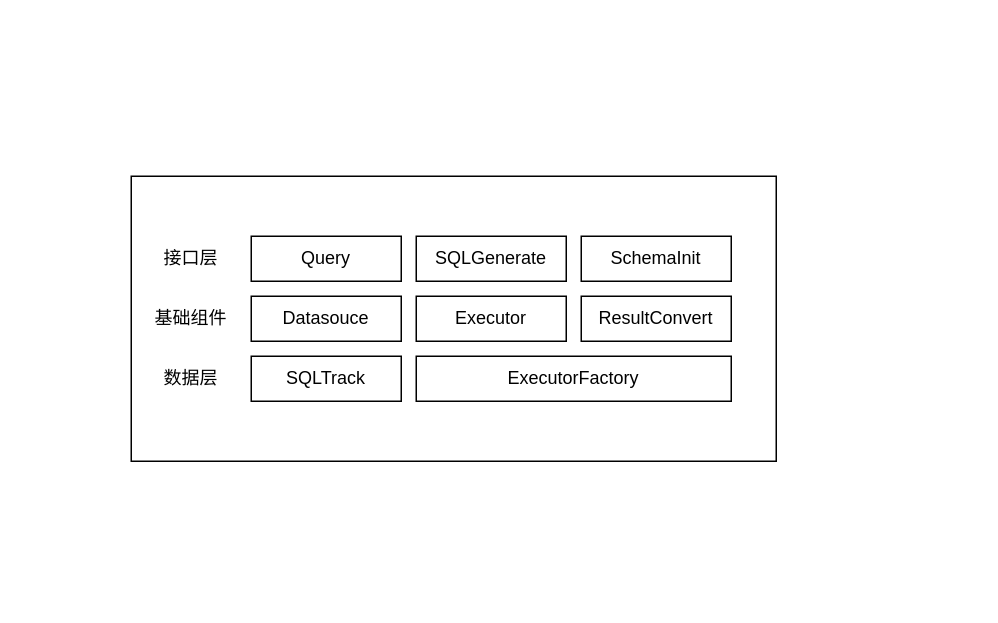
Earlier version of the draw.io diagram graduate info.drawio (lukelongcn/drawio). Source tidied: cells renumbered, new cells numbered last; positions are measured from the earlier drawing's top-left corner, leaving out a move shared by most shapes. Both pictures are drawn from the tidied source at 150%, with x=0, y=0 at pixel (130, 176).
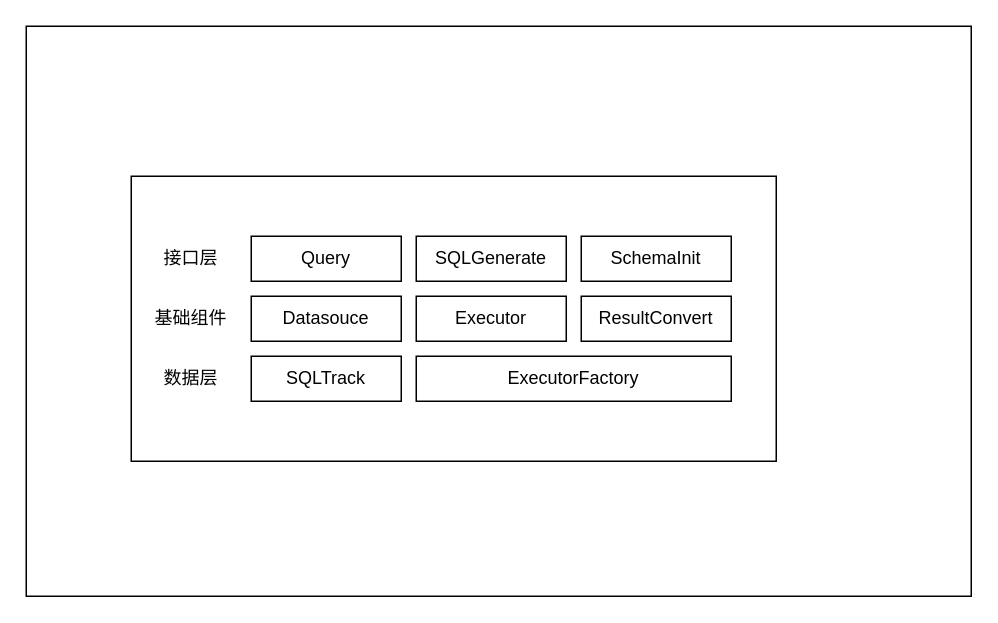
The same page after the edit.

The edit, as a diff of the source:
```diff
@@
 <mxGraphModel>
   <root>
     <mxCell id="0" />
     <mxCell id="1" parent="0" />
+    <mxCell id="14" style="rounded=0;whiteSpace=wrap;html=1;" parent="1" vertex="1">
+      <mxGeometry x="-70" y="-100" width="630" height="380" as="geometry" />
+    </mxCell>
     <mxCell id="2" style="rounded=0;whiteSpace=wrap;html=1;" parent="1" vertex="1">
       <mxGeometry width="430" height="190" as="geometry" />
     </mxCell>
     <mxCell id="3" value="Query" style="rounded=0;whiteSpace=wrap;html=1;" parent="1" vertex="1">
       <mxGeometry x="80" y="40" width="100" height="30" as="geometry" />
     </mxCell>
     <mxCell id="4" value="SQLGenerate" style="rounded=0;whiteSpace=wrap;html=1;" parent="1" vertex="1">
       <mxGeometry x="190" y="40" width="100" height="30" as="geometry" />
     </mxCell>
     <mxCell id="5" value="SchemaInit" style="rounded=0;whiteSpace=wrap;html=1;" parent="1" vertex="1">
       <mxGeometry x="300" y="40" width="100" height="30" as="geometry" />
     </mxCell>
     <mxCell id="6" value="Datasouce" style="rounded=0;whiteSpace=wrap;html=1;" parent="1" vertex="1">
       <mxGeometry x="80" y="80" width="100" height="30" as="geometry" />
     </mxCell>
     <mxCell id="7" value="Executor" style="rounded=0;whiteSpace=wrap;html=1;" parent="1" vertex="1">
       <mxGeometry x="190" y="80" width="100" height="30" as="geometry" />
     </mxCell>
     <mxCell id="8" value="ResultConvert" style="rounded=0;whiteSpace=wrap;html=1;" parent="1" vertex="1">
       <mxGeometry x="300" y="80" width="100" height="30" as="geometry" />
     </mxCell>
     <mxCell id="9" value="SQLTrack" style="rounded=0;whiteSpace=wrap;html=1;" parent="1" vertex="1">
       <mxGeometry x="80" y="120" width="100" height="30" as="geometry" />
     </mxCell>
     <mxCell id="10" value="ExecutorFactory" style="rounded=0;whiteSpace=wrap;html=1;" parent="1" vertex="1">
       <mxGeometry x="190" y="120" width="210" height="30" as="geometry" />
     </mxCell>
     <mxCell id="11" value="接口层" style="text;html=1;align=center;verticalAlign=middle;whiteSpace=wrap;rounded=0;" parent="1" vertex="1">
       <mxGeometry x="10" y="40" width="60" height="30" as="geometry" />
     </mxCell>
     <mxCell id="12" value="基础组件" style="text;html=1;align=center;verticalAlign=middle;whiteSpace=wrap;rounded=0;" parent="1" vertex="1">
       <mxGeometry x="10" y="80" width="60" height="30" as="geometry" />
     </mxCell>
     <mxCell id="13" value="数据层" style="text;html=1;align=center;verticalAlign=middle;whiteSpace=wrap;rounded=0;" parent="1" vertex="1">
       <mxGeometry x="10" y="120" width="60" height="30" as="geometry" />
     </mxCell>
   </root>
 </mxGraphModel>
```
